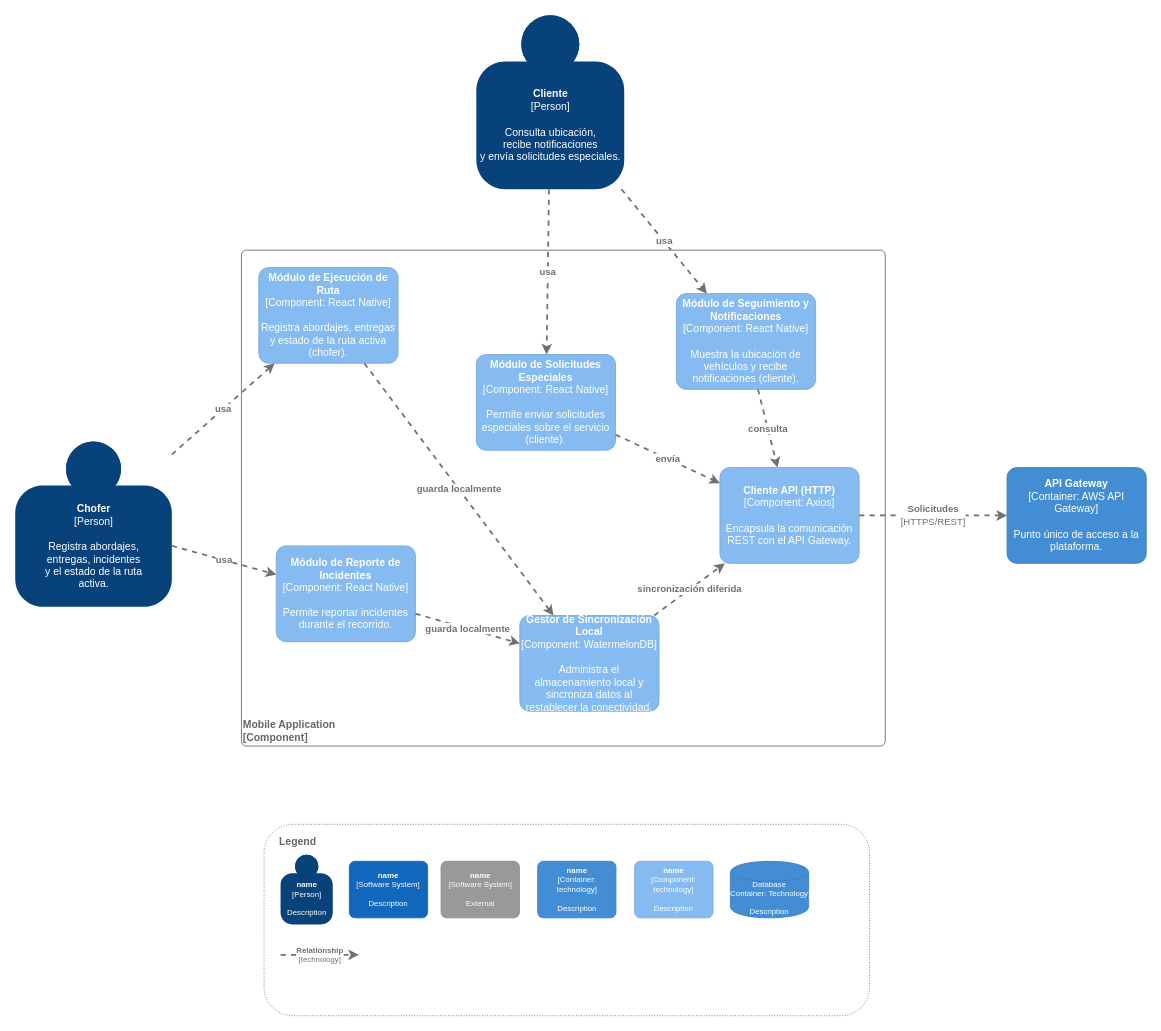
Before: page "C4 Component Mobile Application" (5 of 14) of Diagramas/Diagrama_C4.drawio in tomazoque/pswe-04-proyecto-final, a draw.io diagram. Source tidied: cells renumbered, new cells numbered last; positions are measured from the earlier drawing's top-left corner, leaving out a move shared by most shapes. Both pictures are drawn from the tidied source at 87%, with x=0, y=0 at pixel (15, 15).
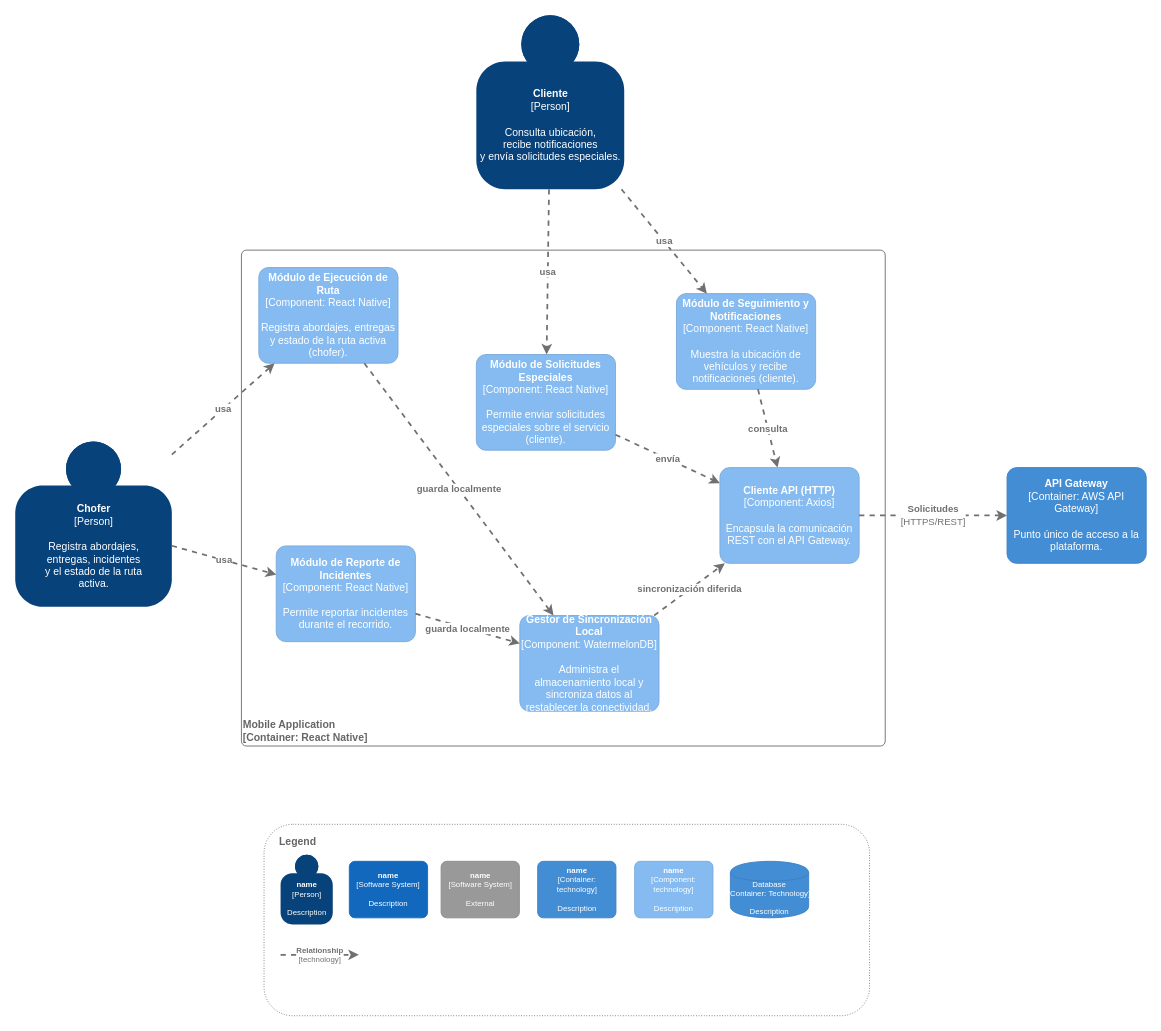
The same diagram, later.

Change to the diagram source:
```diff
@@
-    <mxCell id="5" value="&lt;div style=&quot;text-align: left&quot;&gt;&lt;b&gt;Mobile Application&lt;/b&gt;&lt;/div&gt;&lt;div style=&quot;text-align: left&quot;&gt;&lt;b&gt;[Component]&lt;/b&gt;&lt;/div&gt;" style="rounded=1;whiteSpace=wrap;html=1;labelBackgroundColor=none;fillColor=#ffffff;align=left;arcSize=1;verticalAlign=bottom;strokeColor=#666666;fontColor=#666666;" parent="1" vertex="1">
+    <mxCell id="5" value="&lt;div style=&quot;text-align: left&quot;&gt;&lt;b&gt;Mobile Application&lt;/b&gt;&lt;/div&gt;&lt;div style=&quot;text-align: left&quot;&gt;&lt;b&gt;[Container: React Native]&lt;/b&gt;&lt;/div&gt;" style="rounded=1;whiteSpace=wrap;html=1;labelBackgroundColor=none;fillColor=#ffffff;align=left;arcSize=1;verticalAlign=bottom;strokeColor=#666666;fontColor=#666666;" parent="1" vertex="1">
       <mxGeometry x="260" y="270" width="740" height="570" as="geometry" />
     </mxCell>
```
